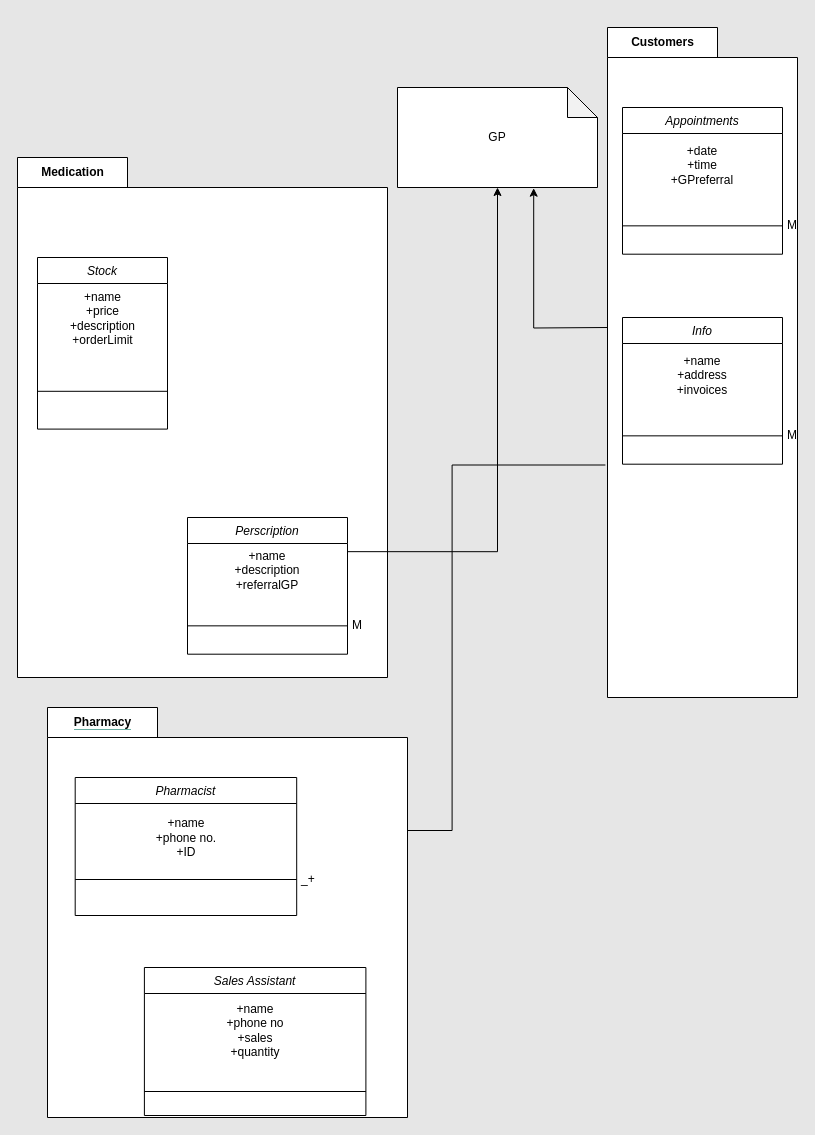
Before: ClassDiagramPharmacy.drawio in GKnight03/PHP-Java-Project-Repository, a draw.io diagram. Source tidied: cells renumbered, new cells numbered last; positions are measured from the earlier drawing's top-left corner, leaving out a move shared by most shapes. Both pictures are drawn from the tidied source at 100%, with x=0, y=0 at pixel (17, 27).
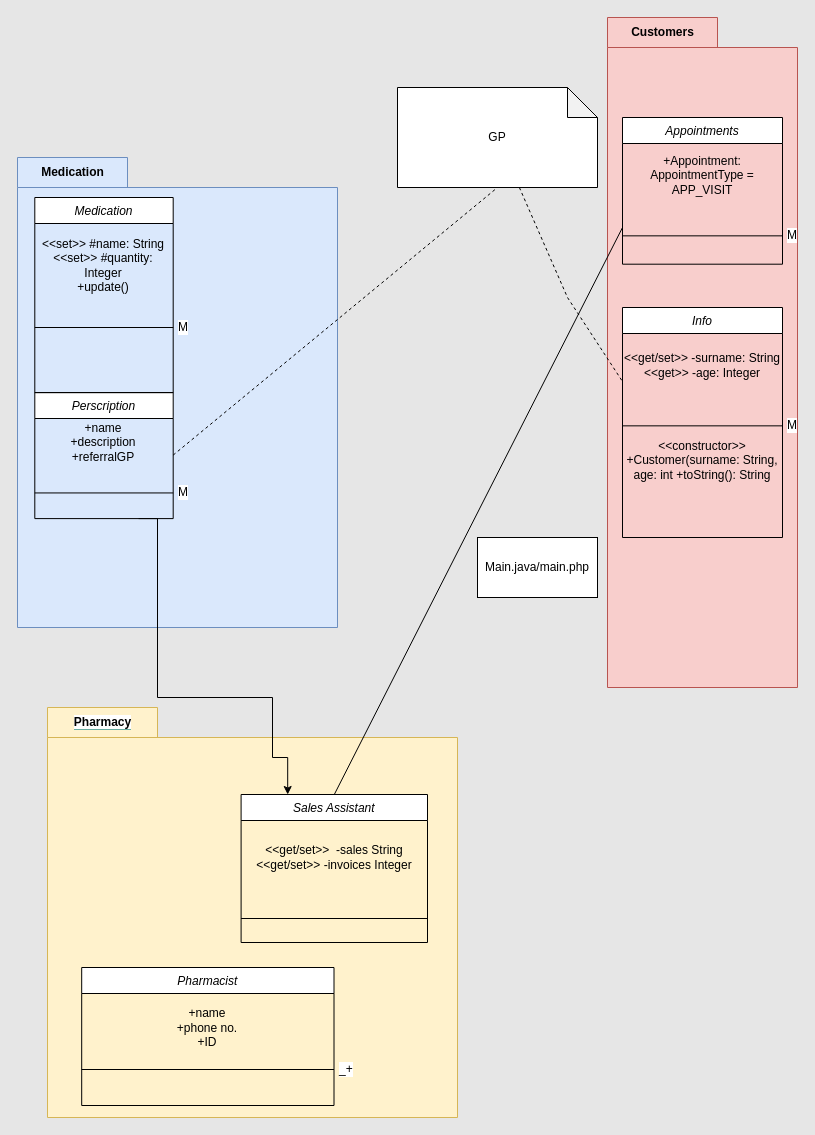
Above is the later version.

What changed in the source:
```diff
@@
-    <mxCell id="2" value="Medication&lt;br&gt;" style="shape=folder;fontStyle=1;tabWidth=110;tabHeight=30;tabPosition=left;html=1;boundedLbl=1;labelInHeader=1;labelPosition=center;verticalLabelPosition=middle;align=center;verticalAlign=middle;" parent="1" vertex="1">
-      <mxGeometry y="130" width="370" height="520" as="geometry" />
-    </mxCell>
-    <mxCell id="3" style="html=1;strokeColor=none;fillColor=none;" parent="2" vertex="1">
-      <mxGeometry width="340" height="248.18" relative="1" as="geometry">
-        <mxPoint y="30" as="offset" />
-      </mxGeometry>
-    </mxCell>
-    <mxCell id="4" value="Stock" style="swimlane;fontStyle=2;align=center;verticalAlign=top;horizontal=1;startSize=26;rounded=0;shadow=0;strokeWidth=1;" parent="2" vertex="1">
-      <mxGeometry x="20" y="100" width="130" height="171.6" as="geometry" />
-    </mxCell>
-    <mxCell id="5" value="+name&lt;br&gt;+price&lt;br&gt;+description&lt;br&gt;+orderLimit" style="text;html=1;align=center;verticalAlign=middle;strokeColor=none;fillColor=none;" parent="4" vertex="1">
-      <mxGeometry y="26" width="130" height="70" as="geometry" />
-    </mxCell>
-    <mxCell id="6" style="line;html=1;strokeWidth=1;align=left;verticalAlign=middle;spacingTop=-1;spacingLeft=3;spacingRight=3;labelPosition=right;" parent="4" vertex="1">
-      <mxGeometry y="96" width="130" height="75.6" as="geometry" />
-    </mxCell>
-    <mxCell id="7" value="Perscription" style="swimlane;fontStyle=2;align=center;verticalAlign=top;horizontal=1;startSize=26;rounded=0;shadow=0;strokeWidth=1;" parent="2" vertex="1">
-      <mxGeometry x="170" y="360" width="160" height="136.7" as="geometry" />
-    </mxCell>
-    <mxCell id="8" value="+name&lt;br&gt;+description&lt;br&gt;+referralGP" style="text;html=1;strokeColor=none;fillColor=none;align=center;verticalAlign=middle;whiteSpace=wrap;rounded=0;" parent="7" vertex="1">
-      <mxGeometry y="26" width="160" height="54" as="geometry" />
-    </mxCell>
-    <mxCell id="9" value="M" style="line;html=1;strokeWidth=1;align=left;verticalAlign=middle;spacingTop=-1;spacingLeft=3;spacingRight=3;labelPosition=right;" parent="7" vertex="1">
-      <mxGeometry y="80" width="160" height="56.7" as="geometry" />
-    </mxCell>
-    <mxCell id="10" style="edgeStyle=orthogonalEdgeStyle;rounded=0;jettySize=auto;html=1;exitX=0.5;exitY=0;exitDx=0;exitDy=0;entryX=0.681;entryY=1.007;entryDx=0;entryDy=0;entryPerimeter=0;" parent="1" edge="1" target="12">
-      <mxGeometry relative="1" as="geometry">
-        <mxPoint x="590" y="300" as="sourcePoint" />
-      </mxGeometry>
-    </mxCell>
-    <mxCell id="11" style="edgeStyle=orthogonalEdgeStyle;rounded=0;jettySize=auto;html=1;entryX=1;entryY=0.5;entryDx=0;entryDy=0;exitX=-0.011;exitY=0.653;exitDx=0;exitDy=0;exitPerimeter=0;" parent="1" edge="1" source="22" target="16">
-      <mxGeometry relative="1" as="geometry" />
-    </mxCell>
-    <mxCell id="12" value="GP&lt;br&gt;" style="shape=note;whiteSpace=wrap;html=1;backgroundOutline=1;darkOpacity=0.05;" parent="1" vertex="1">
-      <mxGeometry x="380" y="60" width="200" height="100" as="geometry" />
-    </mxCell>
-    <mxCell id="13" value="&lt;span style=&quot;background-color: rgb(255, 255, 255);&quot;&gt;Pharmacy&lt;/span&gt;" style="shape=folder;fontStyle=1;tabWidth=110;tabHeight=30;tabPosition=left;html=1;boundedLbl=1;labelInHeader=1;labelBackgroundColor=#67AB9F;" parent="1" vertex="1">
-      <mxGeometry x="30" y="680" width="360" height="410" as="geometry" />
+    <mxCell id="13" value="&lt;span style=&quot;background-color: rgb(255, 255, 255);&quot;&gt;Pharmacy&lt;/span&gt;" style="shape=folder;fontStyle=1;tabWidth=110;tabHeight=30;tabPosition=left;html=1;boundedLbl=1;labelInHeader=1;labelBackgroundColor=#67AB9F;fillColor=#fff2cc;strokeColor=#d6b656;" parent="1" vertex="1">
+      <mxGeometry x="30" y="680" width="410" height="410" as="geometry" />
     </mxCell>
     <mxCell id="14" style="html=1;strokeColor=none;fillColor=none;labelBackgroundColor=#67AB9F;" parent="13" vertex="1">
-      <mxGeometry width="360" height="287" relative="1" as="geometry">
+      <mxGeometry width="410" height="287" relative="1" as="geometry">
         <mxPoint y="30" as="offset" />
       </mxGeometry>
     </mxCell>
     <mxCell id="15" value="Pharmacist&#10;" style="swimlane;fontStyle=2;align=center;verticalAlign=top;horizontal=1;startSize=26;rounded=0;shadow=0;strokeWidth=1;" parent="13" vertex="1">
-      <mxGeometry x="27.7" y="70" width="221.5" height="138" as="geometry" />
+      <mxGeometry x="34.2" y="260" width="252.3" height="138" as="geometry" />
     </mxCell>
     <mxCell id="16" value="&lt;br&gt;+name&lt;br&gt;+phone no.&lt;br&gt;+ID" style="text;html=1;strokeColor=none;fillColor=none;align=center;verticalAlign=middle;whiteSpace=wrap;rounded=0;" parent="15" vertex="1">
-      <mxGeometry y="26" width="221.5" height="54" as="geometry" />
+      <mxGeometry y="26" width="252.3" height="54" as="geometry" />
     </mxCell>
     <mxCell id="17" value="_+" style="line;html=1;strokeWidth=1;align=left;verticalAlign=middle;spacingTop=-1;spacingLeft=3;spacingRight=3;labelPosition=right;" parent="15" vertex="1">
-      <mxGeometry y="80" width="221.5" height="44" as="geometry" />
+      <mxGeometry y="80" width="252.3" height="44" as="geometry" />
     </mxCell>
     <mxCell id="18" value="Sales Assistant&#10;" style="swimlane;fontStyle=2;align=center;verticalAlign=top;horizontal=1;startSize=26;rounded=0;shadow=0;strokeWidth=1;" parent="13" vertex="1">
-      <mxGeometry x="96.9" y="260" width="221.5" height="148" as="geometry" />
+      <mxGeometry x="193.6" y="87" width="186.4" height="148" as="geometry" />
     </mxCell>
-    <mxCell id="19" value="+name&lt;br&gt;+phone no&lt;br&gt;+sales&lt;br&gt;+quantity" style="text;html=1;strokeColor=none;fillColor=none;align=center;verticalAlign=middle;whiteSpace=wrap;rounded=0;" parent="18" vertex="1">
-      <mxGeometry y="26" width="221.5" height="74" as="geometry" />
+    <mxCell id="19" value="&amp;lt;&amp;lt;get/set&amp;gt;&amp;gt;&amp;nbsp; -sales String&lt;br&gt;&amp;lt;&amp;lt;get/set&amp;gt;&amp;gt; -invoices Integer" style="text;html=1;strokeColor=none;fillColor=none;align=center;verticalAlign=middle;whiteSpace=wrap;rounded=0;" parent="18" vertex="1">
+      <mxGeometry y="26" width="186.4" height="74" as="geometry" />
     </mxCell>
     <mxCell id="20" style="line;html=1;strokeWidth=1;align=left;verticalAlign=middle;spacingTop=-1;spacingLeft=3;spacingRight=3;labelPosition=right;" parent="18" vertex="1">
-      <mxGeometry y="100" width="221.5" height="48" as="geometry" />
+      <mxGeometry y="100" width="186.4" height="48" as="geometry" />
     </mxCell>
-    <mxCell id="21" style="edgeStyle=orthogonalEdgeStyle;rounded=0;jettySize=auto;html=1;exitX=1;exitY=0.25;exitDx=0;exitDy=0;" parent="1" edge="1" source="7" target="12">
-      <mxGeometry relative="1" as="geometry" />
-    </mxCell>
+    <mxCell id="2" value="Medication&lt;br&gt;" style="shape=folder;fontStyle=1;tabWidth=110;tabHeight=30;tabPosition=left;html=1;boundedLbl=1;labelInHeader=1;labelPosition=center;verticalLabelPosition=middle;align=center;verticalAlign=middle;fillColor=#dae8fc;strokeColor=#6c8ebf;" parent="1" vertex="1">
+      <mxGeometry y="130" width="320" height="470" as="geometry" />
+    </mxCell>
+    <mxCell id="3" style="html=1;strokeColor=none;fillColor=none;" parent="2" vertex="1">
+      <mxGeometry width="294.05" height="224.32" relative="1" as="geometry">
+        <mxPoint y="30" as="offset" />
+      </mxGeometry>
+    </mxCell>
+    <mxCell id="7" value="Perscription" style="swimlane;fontStyle=2;align=center;verticalAlign=top;horizontal=1;startSize=26;rounded=0;shadow=0;strokeWidth=1;" parent="2" vertex="1">
+      <mxGeometry x="17.3" y="235" width="138.4" height="126.1" as="geometry" />
+    </mxCell>
+    <mxCell id="8" value="+name&lt;br&gt;+description&lt;br&gt;+referralGP" style="text;html=1;strokeColor=none;fillColor=none;align=center;verticalAlign=middle;whiteSpace=wrap;rounded=0;" parent="7" vertex="1">
+      <mxGeometry y="26" width="138.4" height="48.8" as="geometry" />
+    </mxCell>
+    <mxCell id="9" value="M" style="line;html=1;strokeWidth=1;align=left;verticalAlign=middle;spacingTop=-1;spacingLeft=3;spacingRight=3;labelPosition=right;" parent="7" vertex="1">
+      <mxGeometry y="74.8" width="138.4" height="51.3" as="geometry" />
+    </mxCell>
+    <mxCell id="30" value="Medication" style="swimlane;fontStyle=2;align=center;verticalAlign=top;horizontal=1;startSize=26;rounded=0;shadow=0;strokeWidth=1;" parent="2" vertex="1">
+      <mxGeometry x="17.3" y="40" width="138.4" height="195.2" as="geometry" />
+    </mxCell>
+    <mxCell id="31" value="&amp;lt;&amp;lt;set&amp;gt;&amp;gt; #name: String&lt;br&gt;&amp;lt;&amp;lt;set&amp;gt;&amp;gt; #quantity: Integer&lt;br&gt;+update()" style="text;html=1;strokeColor=none;fillColor=none;align=center;verticalAlign=middle;whiteSpace=wrap;rounded=0;" parent="30" vertex="1">
+      <mxGeometry y="26" width="138.4" height="84" as="geometry" />
+    </mxCell>
+    <mxCell id="32" value="M" style="line;html=1;strokeWidth=1;align=left;verticalAlign=middle;spacingTop=-1;spacingLeft=3;spacingRight=3;labelPosition=right;" parent="30" vertex="1">
+      <mxGeometry y="110" width="138.4" height="40" as="geometry" />
+    </mxCell>
+    <mxCell id="12" value="GP" style="shape=note;whiteSpace=wrap;html=1;backgroundOutline=1;darkOpacity=0.05;" parent="1" vertex="1">
+      <mxGeometry x="380" y="60" width="200" height="100" as="geometry" />
+    </mxCell>
+    <mxCell id="33" style="endArrow=none;dashed=1;html=1;rounded=0;exitX=1;exitY=0.75;exitDx=0;exitDy=0;entryX=0.5;entryY=1;entryDx=0;entryDy=0;entryPerimeter=0;" parent="1" edge="1" source="8" target="12">
+      <mxGeometry relative="1" as="geometry" />
+    </mxCell>
+    <mxCell id="34" style="endArrow=none;dashed=1;html=1;rounded=0;startArrow=none;" parent="1" edge="1" source="22">
+      <mxGeometry relative="1" as="geometry">
+        <mxPoint x="600" y="300" as="targetPoint" />
+      </mxGeometry>
+    </mxCell>
-    <mxCell id="22" value="Customers" style="shape=folder;fontStyle=1;tabWidth=110;tabHeight=30;tabPosition=left;html=1;boundedLbl=1;labelInHeader=1;" parent="1" vertex="1">
-      <mxGeometry x="590" width="190" height="670" as="geometry" />
+    <mxCell id="22" value="Customers" style="shape=folder;fontStyle=1;tabWidth=110;tabHeight=30;tabPosition=left;html=1;boundedLbl=1;labelInHeader=1;fillColor=#f8cecc;strokeColor=#b85450;" parent="1" vertex="1">
+      <mxGeometry x="590" y="-10" width="190" height="670" as="geometry" />
     </mxCell>
@@
-    <mxCell id="24" value="Appointments" style="swimlane;fontStyle=2;align=center;verticalAlign=top;horizontal=1;startSize=26;rounded=0;shadow=0;strokeWidth=1;" parent="22" vertex="1">
-      <mxGeometry x="15" y="80" width="160" height="146.7" as="geometry" />
-    </mxCell>
-    <mxCell id="25" value="+date&lt;br&gt;+time&lt;br&gt;+GPreferral" style="text;html=1;strokeColor=none;fillColor=none;align=center;verticalAlign=middle;whiteSpace=wrap;rounded=0;" parent="24" vertex="1">
-      <mxGeometry y="26" width="160" height="64" as="geometry" />
-    </mxCell>
-    <mxCell id="26" value="M" style="line;html=1;strokeWidth=1;align=left;verticalAlign=middle;spacingTop=-1;spacingLeft=3;spacingRight=3;labelPosition=right;" parent="24" vertex="1">
-      <mxGeometry y="90" width="160" height="56.7" as="geometry" />
-    </mxCell>
     <mxCell id="27" value="Info" style="swimlane;fontStyle=2;align=center;verticalAlign=top;horizontal=1;startSize=26;rounded=0;shadow=0;strokeWidth=1;" parent="22" vertex="1">
-      <mxGeometry x="15" y="290" width="160" height="146.7" as="geometry" />
+      <mxGeometry x="15" y="290" width="160" height="230" as="geometry" />
     </mxCell>
-    <mxCell id="28" value="+name&lt;br&gt;+address&lt;br&gt;+invoices" style="text;html=1;strokeColor=none;fillColor=none;align=center;verticalAlign=middle;whiteSpace=wrap;rounded=0;" parent="27" vertex="1">
+    <mxCell id="28" value="&amp;lt;&amp;lt;get/set&amp;gt;&amp;gt; -surname: String&lt;br&gt;&amp;lt;&amp;lt;get&amp;gt;&amp;gt; -age: Integer" style="text;html=1;strokeColor=none;fillColor=none;align=center;verticalAlign=middle;whiteSpace=wrap;rounded=0;" parent="27" vertex="1">
       <mxGeometry y="26" width="160" height="64" as="geometry" />
     </mxCell>
@@
+    <mxCell id="35" value="&amp;lt;&amp;lt;constructor&amp;gt;&amp;gt; +Customer(surname: String, age: int +toString(): String&lt;br&gt;" style="text;html=1;strokeColor=none;fillColor=none;align=center;verticalAlign=middle;whiteSpace=wrap;rounded=0;" parent="27" vertex="1">
+      <mxGeometry y="146.7" width="160" height="13.3" as="geometry" />
+    </mxCell>
+    <mxCell id="24" value="Appointments" style="swimlane;fontStyle=2;align=center;verticalAlign=top;horizontal=1;startSize=26;rounded=0;shadow=0;strokeWidth=1;" parent="22" vertex="1">
+      <mxGeometry x="15" y="100" width="160" height="146.7" as="geometry" />
+    </mxCell>
+    <mxCell id="36" value="+Appointment: AppointmentType = APP_VISIT&lt;br&gt;" style="text;html=1;strokeColor=none;fillColor=none;align=center;verticalAlign=middle;whiteSpace=wrap;rounded=0;" parent="24" vertex="1">
+      <mxGeometry y="26" width="160" height="64" as="geometry" />
+    </mxCell>
+    <mxCell id="26" value="M" style="line;html=1;strokeWidth=1;align=left;verticalAlign=middle;spacingTop=-1;spacingLeft=3;spacingRight=3;labelPosition=right;" parent="24" vertex="1">
+      <mxGeometry y="90" width="160" height="56.7" as="geometry" />
+    </mxCell>
+    <mxCell id="37" style="endArrow=none;dashed=1;html=1;rounded=0;entryX=0;entryY=0.75;entryDx=0;entryDy=0;" parent="1" edge="1" source="12" target="28">
+      <mxGeometry relative="1" as="geometry">
+        <Array as="points">
+          <mxPoint x="550" y="270" />
+        </Array>
+      </mxGeometry>
+    </mxCell>
+    <mxCell id="38" value="Main.java/main.php&lt;br&gt;" style="rounded=0;whiteSpace=wrap;html=1;" parent="1" vertex="1">
+      <mxGeometry x="460" y="510" width="120" height="60" as="geometry" />
+    </mxCell>
+    <mxCell id="39" style="endArrow=none;html=1;rounded=0;entryX=0;entryY=0.75;entryDx=0;entryDy=0;exitX=0.5;exitY=0;exitDx=0;exitDy=0;" parent="1" edge="1" source="18" target="24">
+      <mxGeometry relative="1" as="geometry" />
+    </mxCell>
+    <mxCell id="40" style="edgeStyle=orthogonalEdgeStyle;rounded=0;jettySize=auto;html=1;exitX=0.75;exitY=1;exitDx=0;exitDy=0;entryX=0.25;entryY=0;entryDx=0;entryDy=0;" parent="1" edge="1" source="7" target="18">
+      <mxGeometry relative="1" as="geometry">
+        <Array as="points">
+          <mxPoint x="140" y="670" />
+          <mxPoint x="255" y="670" />
+          <mxPoint x="255" y="730" />
+          <mxPoint x="270" y="730" />
+        </Array>
+      </mxGeometry>
+    </mxCell>
```
